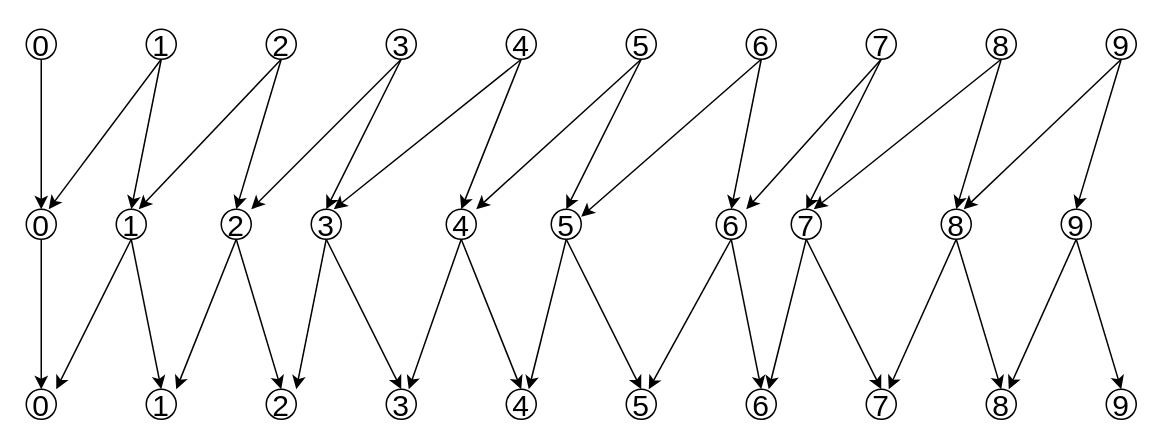
RobinSchmidt/RS-MET-Research keeps this draw.io diagram as Notes/DSP/Diagrams/IrregularResampling.drawio. Above is the earlier version. Source tidied: cells renumbered, new cells numbered last; positions are measured from the earlier drawing's top-left corner, leaving out a move shared by most shapes. Both pictures are drawn from the tidied source at 150%, with x=0, y=0 at pixel (26, 28).
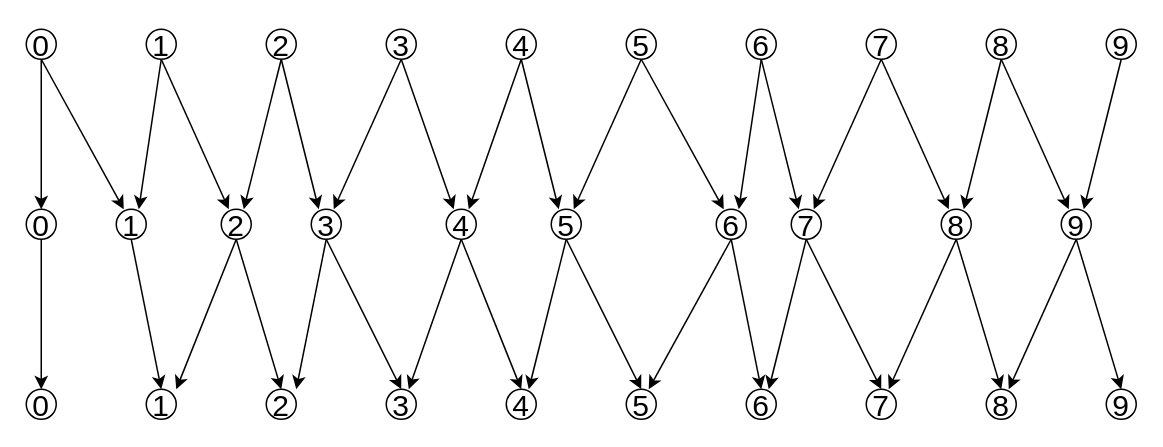
Above is the later version.

The change refers to these unchanged cells:
```xml
<mxCell id="5" value="1" style="text;html=1;whiteSpace=wrap;strokeColor=none;fillColor=none;align=center;verticalAlign=middle;rounded=0;fontSize=20;" parent="3" vertex="1">
  <mxGeometry width="20" height="20" as="geometry" />
</mxCell>
<mxCell id="8" value="0" style="text;html=1;whiteSpace=wrap;strokeColor=none;fillColor=none;align=center;verticalAlign=middle;rounded=0;fontSize=20;" parent="6" vertex="1">
  <mxGeometry width="20" height="20" as="geometry" />
</mxCell>
<mxCell id="11" value="2" style="text;html=1;whiteSpace=wrap;strokeColor=none;fillColor=none;align=center;verticalAlign=middle;rounded=0;fontSize=20;" parent="9" vertex="1">
  <mxGeometry width="20" height="20" as="geometry" />
</mxCell>
<mxCell id="14" value="3" style="text;html=1;whiteSpace=wrap;strokeColor=none;fillColor=none;align=center;verticalAlign=middle;rounded=0;fontSize=20;" parent="12" vertex="1">
  <mxGeometry width="20" height="20" as="geometry" />
</mxCell>
<mxCell id="17" value="4" style="text;html=1;whiteSpace=wrap;strokeColor=none;fillColor=none;align=center;verticalAlign=middle;rounded=0;fontSize=20;" parent="15" vertex="1">
  <mxGeometry width="20" height="20" as="geometry" />
</mxCell>
<mxCell id="20" value="5" style="text;html=1;whiteSpace=wrap;strokeColor=none;fillColor=none;align=center;verticalAlign=middle;rounded=0;fontSize=20;" parent="18" vertex="1">
  <mxGeometry width="20" height="20" as="geometry" />
</mxCell>
<mxCell id="23" value="6" style="text;html=1;whiteSpace=wrap;strokeColor=none;fillColor=none;align=center;verticalAlign=middle;rounded=0;fontSize=20;" parent="21" vertex="1">
  <mxGeometry width="20" height="20" as="geometry" />
</mxCell>
<mxCell id="26" value="7" style="text;html=1;whiteSpace=wrap;strokeColor=none;fillColor=none;align=center;verticalAlign=middle;rounded=0;fontSize=20;" parent="24" vertex="1">
  <mxGeometry width="20" height="20" as="geometry" />
</mxCell>
<mxCell id="29" value="8" style="text;html=1;whiteSpace=wrap;strokeColor=none;fillColor=none;align=center;verticalAlign=middle;rounded=0;fontSize=20;" parent="27" vertex="1">
  <mxGeometry width="20" height="20" as="geometry" />
</mxCell>
<mxCell id="32" value="9" style="text;html=1;whiteSpace=wrap;strokeColor=none;fillColor=none;align=center;verticalAlign=middle;rounded=0;fontSize=20;" parent="30" vertex="1">
  <mxGeometry width="20" height="20" as="geometry" />
</mxCell>
<mxCell id="35" value="1" style="text;html=1;whiteSpace=wrap;strokeColor=none;fillColor=none;align=center;verticalAlign=middle;rounded=0;fontSize=20;" parent="33" vertex="1">
  <mxGeometry width="20" height="20" as="geometry" />
</mxCell>
<mxCell id="38" value="0" style="text;html=1;whiteSpace=wrap;strokeColor=none;fillColor=none;align=center;verticalAlign=middle;rounded=0;fontSize=20;" parent="36" vertex="1">
  <mxGeometry width="20" height="20" as="geometry" />
</mxCell>
<mxCell id="41" value="2" style="text;html=1;whiteSpace=wrap;strokeColor=none;fillColor=none;align=center;verticalAlign=middle;rounded=0;fontSize=20;" parent="39" vertex="1">
  <mxGeometry width="20" height="20" as="geometry" />
</mxCell>
<mxCell id="44" value="3" style="text;html=1;whiteSpace=wrap;strokeColor=none;fillColor=none;align=center;verticalAlign=middle;rounded=0;fontSize=20;" parent="42" vertex="1">
  <mxGeometry width="20" height="20" as="geometry" />
</mxCell>
<mxCell id="47" value="4" style="text;html=1;whiteSpace=wrap;strokeColor=none;fillColor=none;align=center;verticalAlign=middle;rounded=0;fontSize=20;" parent="45" vertex="1">
  <mxGeometry width="20" height="20" as="geometry" />
</mxCell>
<mxCell id="50" value="5" style="text;html=1;whiteSpace=wrap;strokeColor=none;fillColor=none;align=center;verticalAlign=middle;rounded=0;fontSize=20;" parent="48" vertex="1">
  <mxGeometry width="20" height="20" as="geometry" />
</mxCell>
<mxCell id="53" value="6" style="text;html=1;whiteSpace=wrap;strokeColor=none;fillColor=none;align=center;verticalAlign=middle;rounded=0;fontSize=20;" parent="51" vertex="1">
  <mxGeometry width="20" height="20" as="geometry" />
</mxCell>
<mxCell id="56" value="7" style="text;html=1;whiteSpace=wrap;strokeColor=none;fillColor=none;align=center;verticalAlign=middle;rounded=0;fontSize=20;" parent="54" vertex="1">
  <mxGeometry width="20" height="20" as="geometry" />
</mxCell>
<mxCell id="59" value="8" style="text;html=1;whiteSpace=wrap;strokeColor=none;fillColor=none;align=center;verticalAlign=middle;rounded=0;fontSize=20;" parent="57" vertex="1">
  <mxGeometry width="20" height="20" as="geometry" />
</mxCell>
<mxCell id="62" value="9" style="text;html=1;whiteSpace=wrap;strokeColor=none;fillColor=none;align=center;verticalAlign=middle;rounded=0;fontSize=20;" parent="60" vertex="1">
  <mxGeometry width="20" height="20" as="geometry" />
</mxCell>
```

What changed in the source:
```diff
@@
-    <mxCell id="93" style="endArrow=classic;html=1;rounded=0;exitX=0.5;exitY=1;exitDx=0;exitDy=0;entryX=0.75;entryY=0;entryDx=0;entryDy=0;" parent="1" edge="1" source="5" target="38">
+    <mxCell id="93" style="endArrow=classic;html=1;rounded=0;exitX=0.5;exitY=1;exitDx=0;exitDy=0;entryX=0.25;entryY=0;entryDx=0;entryDy=0;" parent="1" edge="1" source="5" target="41">
       <mxGeometry relative="1" as="geometry" />
     </mxCell>
-    <mxCell id="94" style="endArrow=classic;html=1;rounded=0;exitX=0.5;exitY=1;exitDx=0;exitDy=0;entryX=0.5;entryY=0;entryDx=0;entryDy=0;" parent="1" edge="1" target="35">
+    <mxCell id="94" style="endArrow=classic;html=1;rounded=0;exitX=0.5;exitY=1;exitDx=0;exitDy=0;entryX=0.75;entryY=0;entryDx=0;entryDy=0;" parent="1" edge="1" target="35">
       <mxGeometry relative="1" as="geometry">
         <mxPoint x="90" y="20" as="sourcePoint" />
       </mxGeometry>
     </mxCell>
-    <mxCell id="95" style="endArrow=classic;html=1;rounded=0;exitX=0.5;exitY=1;exitDx=0;exitDy=0;entryX=0.75;entryY=0;entryDx=0;entryDy=0;" parent="1" edge="1" target="35">
-      <mxGeometry relative="1" as="geometry">
-        <mxPoint x="170" y="20" as="sourcePoint" />
-      </mxGeometry>
-    </mxCell>
-    <mxCell id="96" style="endArrow=classic;html=1;rounded=0;exitX=0.5;exitY=1;exitDx=0;exitDy=0;entryX=0.5;entryY=0;entryDx=0;entryDy=0;" parent="1" edge="1" target="41">
+    <mxCell id="96" style="endArrow=classic;html=1;rounded=0;exitX=0.5;exitY=1;exitDx=0;exitDy=0;entryX=0.75;entryY=0;entryDx=0;entryDy=0;" parent="1" edge="1" target="41">
       <mxGeometry relative="1" as="geometry">
         <mxPoint x="170" y="20" as="sourcePoint" />
       </mxGeometry>
     </mxCell>
-    <mxCell id="97" style="endArrow=classic;html=1;rounded=0;exitX=0.5;exitY=1;exitDx=0;exitDy=0;entryX=1;entryY=0;entryDx=0;entryDy=0;" parent="1" edge="1" target="41">
-      <mxGeometry relative="1" as="geometry">
-        <mxPoint x="250" y="20" as="sourcePoint" />
-      </mxGeometry>
-    </mxCell>
-    <mxCell id="98" style="endArrow=classic;html=1;rounded=0;exitX=0.5;exitY=1;exitDx=0;exitDy=0;entryX=0.5;entryY=0;entryDx=0;entryDy=0;" parent="1" edge="1" target="44">
+    <mxCell id="98" style="endArrow=classic;html=1;rounded=0;exitX=0.5;exitY=1;exitDx=0;exitDy=0;entryX=0.75;entryY=0;entryDx=0;entryDy=0;" parent="1" edge="1" target="44">
       <mxGeometry relative="1" as="geometry">
         <mxPoint x="250" y="20" as="sourcePoint" />
       </mxGeometry>
     </mxCell>
-    <mxCell id="99" style="endArrow=classic;html=1;rounded=0;exitX=0.5;exitY=1;exitDx=0;exitDy=0;entryX=0.75;entryY=0;entryDx=0;entryDy=0;" parent="1" edge="1" target="44">
-      <mxGeometry relative="1" as="geometry">
-        <mxPoint x="330" y="20" as="sourcePoint" />
-      </mxGeometry>
-    </mxCell>
-    <mxCell id="100" style="endArrow=classic;html=1;rounded=0;exitX=0.5;exitY=1;exitDx=0;exitDy=0;entryX=0.5;entryY=0;entryDx=0;entryDy=0;" parent="1" edge="1" target="47">
+    <mxCell id="100" style="endArrow=classic;html=1;rounded=0;exitX=0.5;exitY=1;exitDx=0;exitDy=0;entryX=0.75;entryY=0;entryDx=0;entryDy=0;" parent="1" edge="1" target="47">
       <mxGeometry relative="1" as="geometry">
         <mxPoint x="330" y="20" as="sourcePoint" />
       </mxGeometry>
     </mxCell>
-    <mxCell id="101" style="endArrow=classic;html=1;rounded=0;exitX=0.5;exitY=1;exitDx=0;exitDy=0;entryX=1;entryY=0;entryDx=0;entryDy=0;" parent="1" edge="1" target="47">
-      <mxGeometry relative="1" as="geometry">
-        <mxPoint x="410" y="20" as="sourcePoint" />
-      </mxGeometry>
-    </mxCell>
-    <mxCell id="102" style="endArrow=classic;html=1;rounded=0;exitX=0.5;exitY=1;exitDx=0;exitDy=0;entryX=0.5;entryY=0;entryDx=0;entryDy=0;" parent="1" edge="1" target="50">
+    <mxCell id="102" style="endArrow=classic;html=1;rounded=0;exitX=0.5;exitY=1;exitDx=0;exitDy=0;entryX=0.75;entryY=0;entryDx=0;entryDy=0;" parent="1" edge="1" target="50">
       <mxGeometry relative="1" as="geometry">
         <mxPoint x="410" y="20" as="sourcePoint" />
       </mxGeometry>
     </mxCell>
-    <mxCell id="103" style="endArrow=classic;html=1;rounded=0;exitX=0.5;exitY=1;exitDx=0;exitDy=0;entryX=1;entryY=0.25;entryDx=0;entryDy=0;" parent="1" edge="1" target="50">
-      <mxGeometry relative="1" as="geometry">
-        <mxPoint x="490" y="20" as="sourcePoint" />
-      </mxGeometry>
-    </mxCell>
-    <mxCell id="104" style="endArrow=classic;html=1;rounded=0;exitX=0.5;exitY=1;exitDx=0;exitDy=0;entryX=0.5;entryY=0;entryDx=0;entryDy=0;" parent="1" edge="1" target="53">
+    <mxCell id="104" style="endArrow=classic;html=1;rounded=0;exitX=0.5;exitY=1;exitDx=0;exitDy=0;entryX=0.75;entryY=0;entryDx=0;entryDy=0;" parent="1" edge="1" target="53">
       <mxGeometry relative="1" as="geometry">
         <mxPoint x="490" y="20" as="sourcePoint" />
       </mxGeometry>
     </mxCell>
-    <mxCell id="105" style="endArrow=classic;html=1;rounded=0;exitX=0.5;exitY=1;exitDx=0;exitDy=0;entryX=1;entryY=0;entryDx=0;entryDy=0;" parent="1" edge="1" target="53">
-      <mxGeometry relative="1" as="geometry">
-        <mxPoint x="570" y="20" as="sourcePoint" />
-      </mxGeometry>
-    </mxCell>
-    <mxCell id="106" style="endArrow=classic;html=1;rounded=0;exitX=0.5;exitY=1;exitDx=0;exitDy=0;entryX=0.5;entryY=0;entryDx=0;entryDy=0;" parent="1" edge="1" target="56">
+    <mxCell id="106" style="endArrow=classic;html=1;rounded=0;exitX=0.5;exitY=1;exitDx=0;exitDy=0;entryX=0.75;entryY=0;entryDx=0;entryDy=0;" parent="1" edge="1" target="56">
       <mxGeometry relative="1" as="geometry">
         <mxPoint x="570" y="20" as="sourcePoint" />
       </mxGeometry>
     </mxCell>
-    <mxCell id="107" style="endArrow=classic;html=1;rounded=0;exitX=0.5;exitY=1;exitDx=0;exitDy=0;entryX=0.75;entryY=0;entryDx=0;entryDy=0;" parent="1" edge="1" target="56">
-      <mxGeometry relative="1" as="geometry">
-        <mxPoint x="650" y="20" as="sourcePoint" />
-      </mxGeometry>
-    </mxCell>
-    <mxCell id="108" style="endArrow=classic;html=1;rounded=0;exitX=0.5;exitY=1;exitDx=0;exitDy=0;entryX=0.5;entryY=0;entryDx=0;entryDy=0;" parent="1" edge="1" target="59">
+    <mxCell id="108" style="endArrow=classic;html=1;rounded=0;exitX=0.5;exitY=1;exitDx=0;exitDy=0;entryX=0.75;entryY=0;entryDx=0;entryDy=0;" parent="1" edge="1" target="59">
       <mxGeometry relative="1" as="geometry">
         <mxPoint x="650" y="20" as="sourcePoint" />
       </mxGeometry>
     </mxCell>
-    <mxCell id="109" style="endArrow=classic;html=1;rounded=0;exitX=0.5;exitY=1;exitDx=0;exitDy=0;entryX=0.75;entryY=0;entryDx=0;entryDy=0;" parent="1" edge="1" target="59">
-      <mxGeometry relative="1" as="geometry">
-        <mxPoint x="730" y="20" as="sourcePoint" />
-      </mxGeometry>
-    </mxCell>
@@
-    <mxCell id="111" style="endArrow=classic;html=1;rounded=0;exitX=0.5;exitY=1;exitDx=0;exitDy=0;entryX=1;entryY=0;entryDx=0;entryDy=0;" parent="1" edge="1" source="35">
-      <mxGeometry relative="1" as="geometry">
-        <mxPoint x="20" y="240" as="targetPoint" />
-      </mxGeometry>
-    </mxCell>
@@
-    <mxCell id="128" style="endArrow=classic;html=1;rounded=0;exitX=0.5;exitY=1;exitDx=0;exitDy=0;entryX=0.5;entryY=0;entryDx=0;entryDy=0;" parent="1" edge="1" source="32" target="62">
+    <mxCell id="128" style="endArrow=classic;html=1;rounded=0;exitX=0.5;exitY=1;exitDx=0;exitDy=0;entryX=0.75;entryY=0;entryDx=0;entryDy=0;" parent="1" edge="1" source="32" target="62">
       <mxGeometry relative="1" as="geometry" />
     </mxCell>
@@
+    <mxCell id="130" style="endArrow=classic;html=1;rounded=0;exitX=0.5;exitY=1;exitDx=0;exitDy=0;entryX=0.25;entryY=0;entryDx=0;entryDy=0;" parent="1" edge="1" source="8" target="35">
+      <mxGeometry relative="1" as="geometry" />
+    </mxCell>
+    <mxCell id="131" style="endArrow=classic;html=1;rounded=0;exitX=0.5;exitY=1;exitDx=0;exitDy=0;entryX=0.25;entryY=0;entryDx=0;entryDy=0;" parent="1" edge="1" source="11" target="44">
+      <mxGeometry relative="1" as="geometry" />
+    </mxCell>
+    <mxCell id="132" style="endArrow=classic;html=1;rounded=0;exitX=0.5;exitY=1;exitDx=0;exitDy=0;entryX=0.25;entryY=0;entryDx=0;entryDy=0;" parent="1" edge="1" source="14" target="47">
+      <mxGeometry relative="1" as="geometry" />
+    </mxCell>
+    <mxCell id="133" style="endArrow=classic;html=1;rounded=0;exitX=0.5;exitY=1;exitDx=0;exitDy=0;entryX=0.25;entryY=0;entryDx=0;entryDy=0;" parent="1" edge="1" source="17" target="50">
+      <mxGeometry relative="1" as="geometry" />
+    </mxCell>
+    <mxCell id="134" style="endArrow=classic;html=1;rounded=0;exitX=0.5;exitY=1;exitDx=0;exitDy=0;entryX=0.25;entryY=0;entryDx=0;entryDy=0;" parent="1" edge="1" source="20" target="53">
+      <mxGeometry relative="1" as="geometry" />
+    </mxCell>
+    <mxCell id="135" style="endArrow=classic;html=1;rounded=0;exitX=0.5;exitY=1;exitDx=0;exitDy=0;entryX=0.25;entryY=0;entryDx=0;entryDy=0;" parent="1" edge="1" source="23" target="56">
+      <mxGeometry relative="1" as="geometry" />
+    </mxCell>
+    <mxCell id="136" style="endArrow=classic;html=1;rounded=0;exitX=0.5;exitY=1;exitDx=0;exitDy=0;entryX=0.25;entryY=0;entryDx=0;entryDy=0;" parent="1" edge="1" source="26" target="59">
+      <mxGeometry relative="1" as="geometry" />
+    </mxCell>
+    <mxCell id="137" style="endArrow=classic;html=1;rounded=0;exitX=0.5;exitY=1;exitDx=0;exitDy=0;entryX=0.25;entryY=0;entryDx=0;entryDy=0;" parent="1" edge="1" source="29" target="62">
+      <mxGeometry relative="1" as="geometry" />
+    </mxCell>
```
